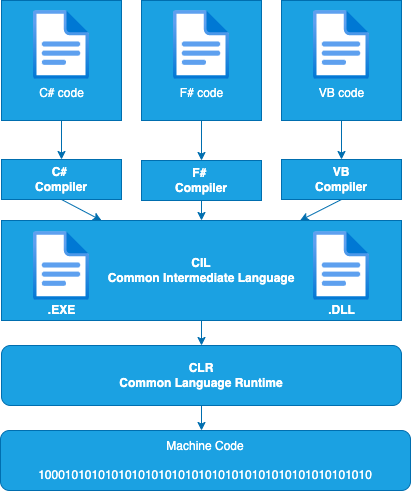
The draw.io diagram Img/101_code_flow.png in uwspstar/FullStack, before a commit. Source tidied: cells renumbered, new cells last; positions are measured from the earlier drawing's top-left corner, leaving out a move shared by most shapes.
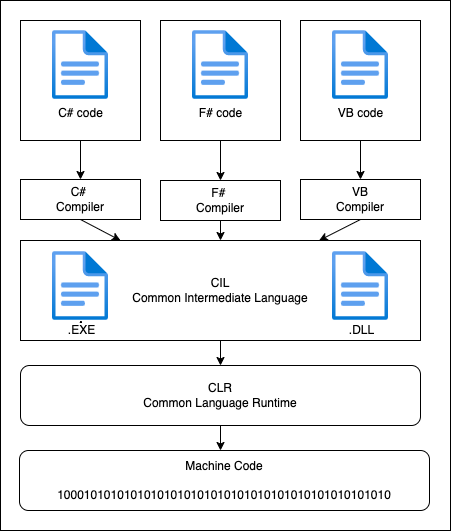
Later version of the same file.

The edit, as a diff of the source:
```diff
@@ -2,85 +2,88 @@
   <root>
     <mxCell id="0" />
     <mxCell id="1" parent="0" />
+    <mxCell id="28" style="rounded=0;whiteSpace=wrap;html=1;labelBackgroundColor=#FFFFFF;fontColor=#000000;fontStyle=0;" parent="1" vertex="1">
+      <mxGeometry x="-19" y="-20" width="450" height="530" as="geometry" />
+    </mxCell>
-    <mxCell id="2" style="rounded=0;whiteSpace=wrap;html=1;fillColor=#1ba1e2;fontColor=#ffffff;strokeColor=#006EAF;" parent="1" vertex="1">
+    <mxCell id="2" style="rounded=0;whiteSpace=wrap;html=1;labelBackgroundColor=#FFFFFF;fontColor=#000000;fontStyle=0;" parent="1" vertex="1">
       <mxGeometry x="141" width="120" height="120" as="geometry" />
     </mxCell>
-    <mxCell id="3" value="&lt;font color=&quot;#ffffff&quot;&gt;F# code&lt;/font&gt;" style="html=1;align=center;image;fontSize=12;image=img/lib/azure2/general/File.svg;fillColor=#1ba1e2;fontColor=#000000;strokeColor=#006EAF;labelBackgroundColor=none;" parent="1" vertex="1">
+    <mxCell id="3" value="&lt;font&gt;F# code&lt;/font&gt;" style="html=1;align=center;image;fontSize=12;image=img/lib/azure2/general/File.svg;labelBackgroundColor=#FFFFFF;fontColor=#000000;fontStyle=0;" parent="1" vertex="1">
       <mxGeometry x="173" y="10" width="56" height="69" as="geometry" />
     </mxCell>
-    <mxCell id="4" style="rounded=0;whiteSpace=wrap;html=1;fillColor=#1ba1e2;fontColor=#ffffff;strokeColor=#006EAF;" parent="1" vertex="1">
+    <mxCell id="4" style="rounded=0;whiteSpace=wrap;html=1;labelBackgroundColor=#FFFFFF;fontColor=#000000;fontStyle=0;" parent="1" vertex="1">
       <mxGeometry x="1" width="120" height="120" as="geometry" />
     </mxCell>
-    <mxCell id="5" value="C# code" style="html=1;align=center;image;fontSize=12;image=img/lib/azure2/general/File.svg;fillColor=#1ba1e2;fontColor=#FFFFFF;strokeColor=#006EAF;labelBackgroundColor=none;" parent="1" vertex="1">
+    <mxCell id="5" value="C# code" style="html=1;align=center;image;fontSize=12;image=img/lib/azure2/general/File.svg;labelBackgroundColor=#FFFFFF;fontColor=#000000;fontStyle=0;" parent="1" vertex="1">
       <mxGeometry x="33" y="10" width="56" height="69" as="geometry" />
     </mxCell>
-    <mxCell id="6" style="rounded=0;whiteSpace=wrap;html=1;fillColor=#1ba1e2;fontColor=#ffffff;strokeColor=#006EAF;" parent="1" vertex="1">
+    <mxCell id="6" style="rounded=0;whiteSpace=wrap;html=1;labelBackgroundColor=#FFFFFF;fontColor=#000000;fontStyle=0;" parent="1" vertex="1">
       <mxGeometry x="281" width="120" height="120" as="geometry" />
     </mxCell>
-    <mxCell id="7" value="&lt;font color=&quot;#ffffff&quot;&gt;VB code&lt;/font&gt;" style="html=1;align=center;image;fontSize=12;image=img/lib/azure2/general/File.svg;fillColor=#1ba1e2;fontColor=#000000;strokeColor=#006EAF;labelBackgroundColor=none;" parent="1" vertex="1">
+    <mxCell id="7" value="&lt;font&gt;VB code&lt;/font&gt;" style="html=1;align=center;image;fontSize=12;image=img/lib/azure2/general/File.svg;labelBackgroundColor=#FFFFFF;fontColor=#000000;fontStyle=0;" parent="1" vertex="1">
       <mxGeometry x="313" y="10" width="56" height="69" as="geometry" />
     </mxCell>
-    <mxCell id="8" value="C#&amp;nbsp;&lt;br&gt;Compiler" style="rounded=0;whiteSpace=wrap;html=1;fillColor=#1ba1e2;fontColor=#ffffff;strokeColor=#006EAF;fontStyle=1;" parent="1" vertex="1">
+    <mxCell id="8" value="C#&amp;nbsp;&lt;br&gt;Compiler" style="rounded=0;whiteSpace=wrap;html=1;fontStyle=0;labelBackgroundColor=#FFFFFF;fontColor=#000000;" parent="1" vertex="1">
       <mxGeometry x="1" y="159" width="120" height="40" as="geometry" />
     </mxCell>
-    <mxCell id="9" value="F#&amp;nbsp;&lt;br&gt;Compiler" style="rounded=0;whiteSpace=wrap;html=1;fillColor=#1ba1e2;fontColor=#ffffff;strokeColor=#006EAF;fontStyle=1;" parent="1" vertex="1">
+    <mxCell id="9" value="F#&amp;nbsp;&lt;br&gt;Compiler" style="rounded=0;whiteSpace=wrap;html=1;fontStyle=0;labelBackgroundColor=#FFFFFF;fontColor=#000000;" parent="1" vertex="1">
       <mxGeometry x="141" y="160" width="120" height="40" as="geometry" />
     </mxCell>
-    <mxCell id="10" value="VB&lt;br&gt;Compiler" style="rounded=0;whiteSpace=wrap;html=1;fillColor=#1ba1e2;fontColor=#ffffff;strokeColor=#006EAF;fontStyle=1;" parent="1" vertex="1">
+    <mxCell id="10" value="VB&lt;br&gt;Compiler" style="rounded=0;whiteSpace=wrap;html=1;fontStyle=0;labelBackgroundColor=#FFFFFF;fontColor=#000000;" parent="1" vertex="1">
       <mxGeometry x="281" y="159" width="120" height="40" as="geometry" />
     </mxCell>
-    <mxCell id="11" value="CIL&lt;br&gt;Common Intermediate Language" style="rounded=0;whiteSpace=wrap;html=1;fillColor=#1ba1e2;fontColor=#ffffff;strokeColor=#006EAF;fontStyle=1;" parent="1" vertex="1">
+    <mxCell id="11" value="CIL&lt;br&gt;Common Intermediate Language" style="rounded=0;whiteSpace=wrap;html=1;fontStyle=0;labelBackgroundColor=#FFFFFF;fontColor=#000000;" parent="1" vertex="1">
       <mxGeometry x="1" y="220" width="400" height="100" as="geometry" />
     </mxCell>
-    <mxCell id="12" style="html=1;points=[];align=center;image;fontSize=12;image=img/lib/azure2/general/File.svg;fillColor=#1ba1e2;fontColor=#ffffff;strokeColor=#006EAF;" parent="1" vertex="1">
+    <mxCell id="12" style="html=1;points=[];align=center;image;fontSize=12;image=img/lib/azure2/general/File.svg;labelBackgroundColor=#FFFFFF;fontColor=#000000;fontStyle=0;" parent="1" vertex="1">
       <mxGeometry x="33" y="231" width="56" height="69" as="geometry" />
     </mxCell>
-    <mxCell id="13" style="html=1;align=center;image;fontSize=12;image=img/lib/azure2/general/File.svg;fillColor=#1ba1e2;fontColor=#ffffff;strokeColor=#006EAF;" parent="1" vertex="1">
+    <mxCell id="13" style="html=1;align=center;image;fontSize=12;image=img/lib/azure2/general/File.svg;labelBackgroundColor=#FFFFFF;fontColor=#000000;fontStyle=0;" parent="1" vertex="1">
       <mxGeometry x="313" y="231" width="56" height="69" as="geometry" />
     </mxCell>
-    <mxCell id="14" value="CLR&lt;br&gt;Common Language Runtime" style="rounded=1;whiteSpace=wrap;html=1;fillColor=#1ba1e2;fontColor=#ffffff;strokeColor=#006EAF;fontStyle=1;" parent="1" vertex="1">
+    <mxCell id="14" value="CLR&lt;br&gt;Common Language Runtime" style="rounded=1;whiteSpace=wrap;html=1;fontStyle=0;labelBackgroundColor=#FFFFFF;fontColor=#000000;" parent="1" vertex="1">
       <mxGeometry x="1" y="345" width="400" height="60" as="geometry" />
     </mxCell>
-    <mxCell id="15" value="Machine Code&lt;br&gt;&lt;br&gt;10001010101010101010101010101010101010101010101010" style="rounded=1;whiteSpace=wrap;html=1;fillColor=#1ba1e2;fontColor=#ffffff;strokeColor=#006EAF;" parent="1" vertex="1">
+    <mxCell id="15" value="Machine Code&lt;br&gt;&lt;br&gt;10001010101010101010101010101010101010101010101010" style="rounded=1;whiteSpace=wrap;html=1;labelBackgroundColor=#FFFFFF;fontColor=#000000;fontStyle=0;" parent="1" vertex="1">
       <mxGeometry y="430" width="410" height="60" as="geometry" />
     </mxCell>
-    <mxCell id="16" style="endArrow=classic;html=1;exitX=0.5;exitY=1;exitDx=0;exitDy=0;fillColor=#1ba1e2;strokeColor=#006EAF;" parent="1" edge="1" source="4" target="8">
+    <mxCell id="16" style="endArrow=classic;html=1;exitX=0.5;exitY=1;exitDx=0;exitDy=0;labelBackgroundColor=#FFFFFF;fontColor=#000000;fontStyle=0;" parent="1" edge="1" source="4" target="8">
       <mxGeometry relative="1" as="geometry" />
     </mxCell>
-    <mxCell id="17" style="endArrow=classic;html=1;exitX=0.5;exitY=1;exitDx=0;exitDy=0;fillColor=#1ba1e2;strokeColor=#006EAF;" parent="1" edge="1" source="2" target="9">
+    <mxCell id="17" style="endArrow=classic;html=1;exitX=0.5;exitY=1;exitDx=0;exitDy=0;labelBackgroundColor=#FFFFFF;fontColor=#000000;fontStyle=0;" parent="1" edge="1" source="2" target="9">
       <mxGeometry relative="1" as="geometry" />
     </mxCell>
-    <mxCell id="18" style="endArrow=classic;html=1;exitX=0.5;exitY=1;exitDx=0;exitDy=0;fillColor=#1ba1e2;strokeColor=#006EAF;" parent="1" edge="1" source="6" target="10">
+    <mxCell id="18" style="endArrow=classic;html=1;exitX=0.5;exitY=1;exitDx=0;exitDy=0;labelBackgroundColor=#FFFFFF;fontColor=#000000;fontStyle=0;" parent="1" edge="1" source="6" target="10">
       <mxGeometry relative="1" as="geometry" />
     </mxCell>
-    <mxCell id="19" style="endArrow=classic;html=1;exitX=0.5;exitY=1;exitDx=0;exitDy=0;entryX=0.25;entryY=0;entryDx=0;entryDy=0;fillColor=#1ba1e2;strokeColor=#006EAF;" parent="1" edge="1" source="8" target="11">
+    <mxCell id="19" style="endArrow=classic;html=1;exitX=0.5;exitY=1;exitDx=0;exitDy=0;entryX=0.25;entryY=0;entryDx=0;entryDy=0;labelBackgroundColor=#FFFFFF;fontColor=#000000;fontStyle=0;" parent="1" edge="1" source="8" target="11">
       <mxGeometry relative="1" as="geometry" />
     </mxCell>
-    <mxCell id="20" style="endArrow=classic;html=1;exitX=0.5;exitY=1;exitDx=0;exitDy=0;fillColor=#1ba1e2;strokeColor=#006EAF;" parent="1" edge="1" source="9" target="11">
+    <mxCell id="20" style="endArrow=classic;html=1;exitX=0.5;exitY=1;exitDx=0;exitDy=0;labelBackgroundColor=#FFFFFF;fontColor=#000000;fontStyle=0;" parent="1" edge="1" source="9" target="11">
       <mxGeometry relative="1" as="geometry" />
     </mxCell>
-    <mxCell id="21" style="endArrow=classic;html=1;exitX=0.5;exitY=1;exitDx=0;exitDy=0;fillColor=#1ba1e2;strokeColor=#006EAF;" parent="1" edge="1" source="10" target="11">
+    <mxCell id="21" style="endArrow=classic;html=1;exitX=0.5;exitY=1;exitDx=0;exitDy=0;labelBackgroundColor=#FFFFFF;fontColor=#000000;fontStyle=0;" parent="1" edge="1" source="10" target="11">
       <mxGeometry relative="1" as="geometry" />
     </mxCell>
-    <mxCell id="22" style="endArrow=classic;html=1;exitX=0.5;exitY=1;exitDx=0;exitDy=0;entryX=0.5;entryY=0;entryDx=0;entryDy=0;fillColor=#1ba1e2;strokeColor=#006EAF;" parent="1" edge="1" source="11" target="14">
+    <mxCell id="22" style="endArrow=classic;html=1;exitX=0.5;exitY=1;exitDx=0;exitDy=0;entryX=0.5;entryY=0;entryDx=0;entryDy=0;labelBackgroundColor=#FFFFFF;fontColor=#000000;fontStyle=0;" parent="1" edge="1" source="11" target="14">
       <mxGeometry relative="1" as="geometry" />
     </mxCell>
-    <mxCell id="23" style="endArrow=classic;html=1;exitX=0.5;exitY=1;exitDx=0;exitDy=0;fillColor=#1ba1e2;strokeColor=#006EAF;" parent="1" edge="1" source="14">
+    <mxCell id="23" style="endArrow=classic;html=1;exitX=0.5;exitY=1;exitDx=0;exitDy=0;labelBackgroundColor=#FFFFFF;fontColor=#000000;fontStyle=0;" parent="1" edge="1" source="14">
       <mxGeometry relative="1" as="geometry">
         <mxPoint x="201" y="430" as="targetPoint" />
       </mxGeometry>
     </mxCell>
-    <mxCell id="24" style="edgeStyle=none;html=1;fontColor=#FFFFFF;" parent="1" edge="1" source="26" target="12">
+    <mxCell id="24" style="edgeStyle=none;html=1;fontColor=#000000;labelBackgroundColor=#FFFFFF;fontStyle=0;" parent="1" edge="1" source="26" target="12">
       <mxGeometry relative="1" as="geometry" />
     </mxCell>
-    <mxCell id="25" style="edgeStyle=none;html=1;fontColor=#FFFFFF;" parent="1" edge="1" source="26" target="12">
+    <mxCell id="25" style="edgeStyle=none;html=1;fontColor=#000000;labelBackgroundColor=#FFFFFF;fontStyle=0;" parent="1" edge="1" source="26" target="12">
       <mxGeometry relative="1" as="geometry" />
     </mxCell>
-    <mxCell id="26" value="&lt;font&gt;.EXE&lt;/font&gt;" style="text;html=1;align=center;verticalAlign=middle;points=[];fillColor=none;strokeColor=none;rounded=0;fontStyle=1;fontColor=#FFFFFF;" parent="1" vertex="1">
-      <mxGeometry x="41" y="300" width="40" height="20" as="geometry" />
+    <mxCell id="26" value="&lt;font&gt;.EXE&lt;/font&gt;" style="text;html=1;align=center;verticalAlign=middle;points=[];rounded=0;fontStyle=0;labelBackgroundColor=#FFFFFF;fontColor=#000000;" parent="1" vertex="1">
+      <mxGeometry x="43" y="301" width="37" height="18" as="geometry" />
     </mxCell>
-    <mxCell id="27" value="&lt;font color=&quot;#ffffff&quot;&gt;.DLL&lt;/font&gt;" style="text;html=1;align=center;verticalAlign=middle;fillColor=none;strokeColor=none;rounded=0;fontStyle=1;" parent="1" vertex="1">
-      <mxGeometry x="321" y="300" width="40" height="20" as="geometry" />
+    <mxCell id="27" value="&lt;font&gt;.DLL&lt;/font&gt;" style="text;html=1;align=center;verticalAlign=middle;rounded=0;fontStyle=0;labelBackgroundColor=#FFFFFF;fontColor=#000000;" parent="1" vertex="1">
+      <mxGeometry x="324" y="301" width="35" height="18" as="geometry" />
     </mxCell>
   </root>
 </mxGraphModel>
```
